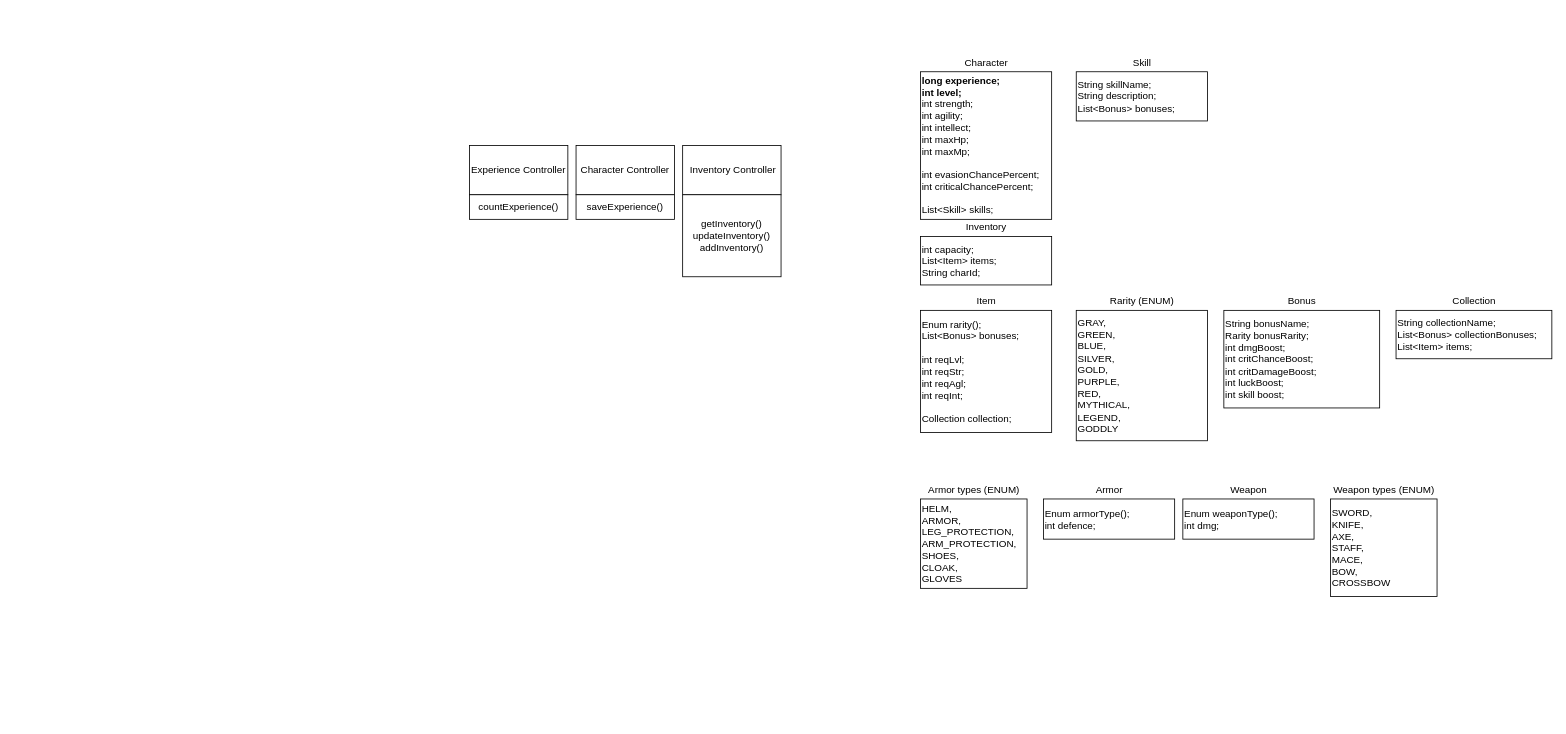
The draw.io diagram Character.drawio in FedosovMax/diagrams, before the edit. Source tidied: cells renumbered, new cells numbered last; positions are measured from the earlier drawing's top-left corner, leaving out a move shared by most shapes. Both pictures are drawn from the tidied source at 82%, with x=0, y=0 at pixel (469, 54).
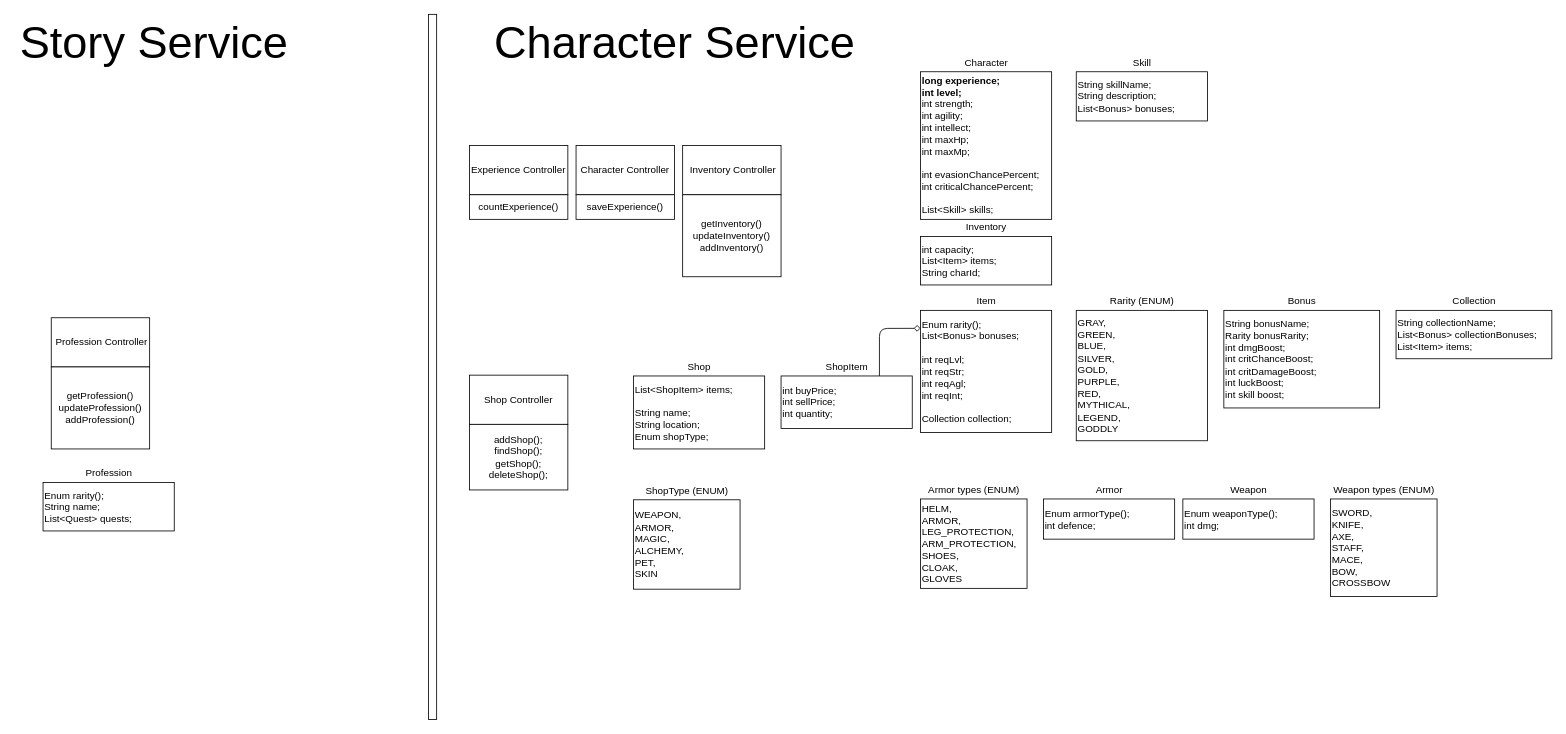
After the change.

Unchanged cells that the change refers to:
```xml
<mxCell id="12" value="Enum rarity();&lt;br&gt;List&amp;lt;Bonus&amp;gt; bonuses;&lt;br&gt;&lt;br&gt;int reqLvl;&lt;br&gt;int reqStr;&lt;br&gt;int reqAgl;&lt;br&gt;int reqInt;&lt;br&gt;&lt;br&gt;Collection collection;" style="rounded=0;whiteSpace=wrap;html=1;align=left;" parent="1" vertex="1">
  <mxGeometry x="550" y="312" width="160" height="149" as="geometry" />
</mxCell>
```

Change to the diagram source:
```diff
@@
+    <mxCell id="30" value="&amp;nbsp;Profession Controller" style="rounded=0;whiteSpace=wrap;html=1;" parent="1" vertex="1">
+      <mxGeometry x="-510" y="321" width="120" height="60" as="geometry" />
+    </mxCell>
+    <mxCell id="31" value="getProfession()&lt;br&gt;updateProfession()&lt;br&gt;addProfession()" style="rounded=0;whiteSpace=wrap;html=1;" parent="1" vertex="1">
+      <mxGeometry x="-510" y="381" width="120" height="100" as="geometry" />
+    </mxCell>
+    <mxCell id="32" value="Enum rarity();&lt;br&gt;String name;&amp;nbsp;&lt;br&gt;List&amp;lt;Quest&amp;gt; quests;&amp;nbsp;" style="rounded=0;whiteSpace=wrap;html=1;align=left;" parent="1" vertex="1">
+      <mxGeometry x="-520" y="522" width="160" height="59" as="geometry" />
+    </mxCell>
+    <mxCell id="33" value="Profession" style="text;html=1;align=center;verticalAlign=middle;" parent="1" vertex="1">
+      <mxGeometry x="-475" y="501" width="70" height="20" as="geometry" />
+    </mxCell>
+    <mxCell id="34" value="&lt;font style=&quot;font-size: 55px&quot;&gt;Story Service&lt;/font&gt;" style="text;html=1;align=center;verticalAlign=middle;" parent="1" vertex="1">
+      <mxGeometry x="-555" y="-30" width="340" height="30" as="geometry" />
+    </mxCell>
+    <mxCell id="35" style="rounded=0;whiteSpace=wrap;html=1;" parent="1" vertex="1">
+      <mxGeometry x="-50" y="-49" width="10" height="860" as="geometry" />
+    </mxCell>
+    <mxCell id="36" value="&lt;font style=&quot;font-size: 55px&quot;&gt;Character Service&lt;/font&gt;" style="text;html=1;align=center;verticalAlign=middle;" parent="1" vertex="1">
+      <mxGeometry x="20" y="-30" width="460" height="30" as="geometry" />
+    </mxCell>
+    <mxCell id="37" value="Shop Controller" style="rounded=0;whiteSpace=wrap;html=1;" parent="1" vertex="1">
+      <mxGeometry y="391" width="120" height="60" as="geometry" />
+    </mxCell>
+    <mxCell id="38" value="addShop();&lt;br&gt;findShop();&lt;br&gt;getShop();&lt;br&gt;deleteShop();" style="rounded=0;whiteSpace=wrap;html=1;" parent="1" vertex="1">
+      <mxGeometry y="451" width="120" height="80" as="geometry" />
+    </mxCell>
+    <mxCell id="39" value="List&amp;lt;ShopItem&amp;gt; items;&lt;br&gt;&lt;br&gt;String name;&lt;br&gt;String location;&lt;br&gt;Enum shopType;" style="rounded=0;whiteSpace=wrap;html=1;align=left;" parent="1" vertex="1">
+      <mxGeometry x="200" y="392" width="160" height="89" as="geometry" />
+    </mxCell>
+    <mxCell id="40" value="Shop" style="text;html=1;align=center;verticalAlign=middle;" parent="1" vertex="1">
+      <mxGeometry x="260" y="371" width="40" height="20" as="geometry" />
+    </mxCell>
+    <mxCell id="41" value="WEAPON,&lt;br&gt;ARMOR,&lt;br&gt;MAGIC,&amp;nbsp;&lt;br&gt;ALCHEMY,&lt;br&gt;PET,&lt;br&gt;SKIN" style="rounded=0;whiteSpace=wrap;html=1;align=left;" parent="1" vertex="1">
+      <mxGeometry x="200" y="543" width="130" height="109" as="geometry" />
+    </mxCell>
+    <mxCell id="42" value="ShopType (ENUM)" style="text;html=1;align=center;verticalAlign=middle;" parent="1" vertex="1">
+      <mxGeometry x="205" y="522" width="120" height="20" as="geometry" />
+    </mxCell>
+    <mxCell id="43" value="int buyPrice;&lt;br&gt;int sellPrice;&lt;br&gt;int quantity;" style="rounded=0;whiteSpace=wrap;html=1;align=left;" parent="1" vertex="1">
+      <mxGeometry x="380" y="392" width="160" height="64" as="geometry" />
+    </mxCell>
+    <mxCell id="44" value="ShopItem" style="text;html=1;align=center;verticalAlign=middle;" parent="1" vertex="1">
+      <mxGeometry x="425" y="371" width="70" height="20" as="geometry" />
+    </mxCell>
+    <mxCell id="45" style="endArrow=diamond;html=1;exitX=0.75;exitY=0;exitDx=0;exitDy=0;entryX=0.001;entryY=0.147;entryDx=0;entryDy=0;entryPerimeter=0;endFill=0;" parent="1" edge="1" source="43" target="12">
+      <mxGeometry relative="1" as="geometry">
+        <Array as="points">
+          <mxPoint x="500" y="334" />
+        </Array>
+      </mxGeometry>
+    </mxCell>
```
